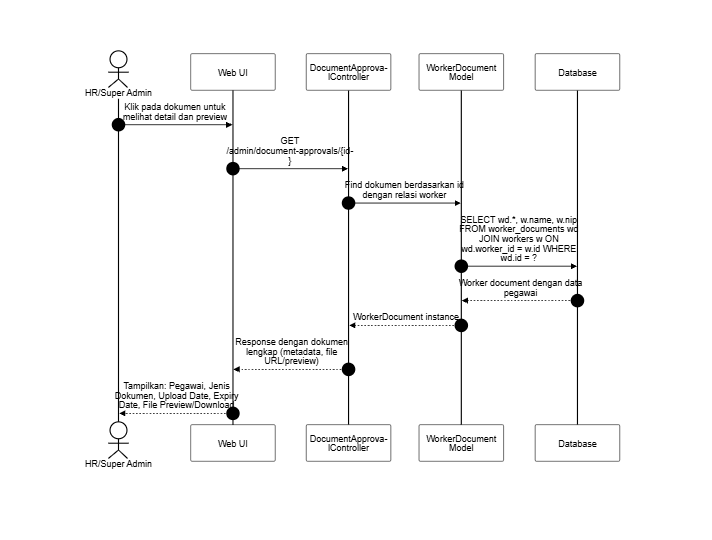
Above: docs/SequenceDiagram/PNG_Transparent/PengajuanDokumen-Lihat.png in SulaimanHafi23/SimpegRSHDI (Mermaid), before the change. Its source is kept beside it as docs/SequenceDiagram/PengajuanDokumen-Lihat.mermaid. The source it was exported from:
```mermaid
---
id: PersetujuanDokumen-LihatDetailDokumen
title: Persetujuan Dokumen - Lihat Detail Dokumen
---
%%{init: {"theme": "base", "themeVariables": {"background": "#dddddd", "primaryColor": "#ffffff", "primaryBorderColor": "#000000", "primaryTextColor": "#000000", "lineColor": "#000000", "textColor": "#000000", "actorBkg": "#ffffff", "actorBorder": "#000000", "actorTextColor": "#000000", "activationBkgColor": "#ffffff", "activationBorderColor": "#000000", "signalColor": "#000000", "signalTextColor": "#000000", "labelBoxBkgColor": "#ffffff", "labelBoxBorderColor": "#000000", "labelTextColor": "#000000", "sequenceNumberColor": "#000000", "noteBkgColor": "#ffffff", "noteBorderColor": "#000000", "noteTextColor": "#000000"}, "sequence": {"useMaxWidth": true, "wrap": true, "messageFontSize": 12, "noteFontSize": 12}}}%%
sequenceDiagram
    autonumber
    actor HR as HR/Super Admin
    participant UI as Web UI
    participant C as DocumentApprovalController
    participant D as WorkerDocument Model
    participant DB as Database

    HR->>UI: Klik pada dokumen untuk melihat detail dan preview
    UI->>C: GET /admin/document-approvals/{id}
    C->>D: Find dokumen berdasarkan id dengan relasi worker
    D->>DB: SELECT wd.*, w.name, w.nip FROM worker_documents wd JOIN workers w ON wd.worker_id = w.id WHERE wd.id = ?
    DB-->>D: Worker document dengan data pegawai
    D-->>C: WorkerDocument instance
    C-->>UI: Response dengan dokumen lengkap (metadata, file URL/preview)
    UI-->>HR: Tampilkan: Pegawai, Jenis Dokumen, Upload Date, Expiry Date, File Preview/Download
```
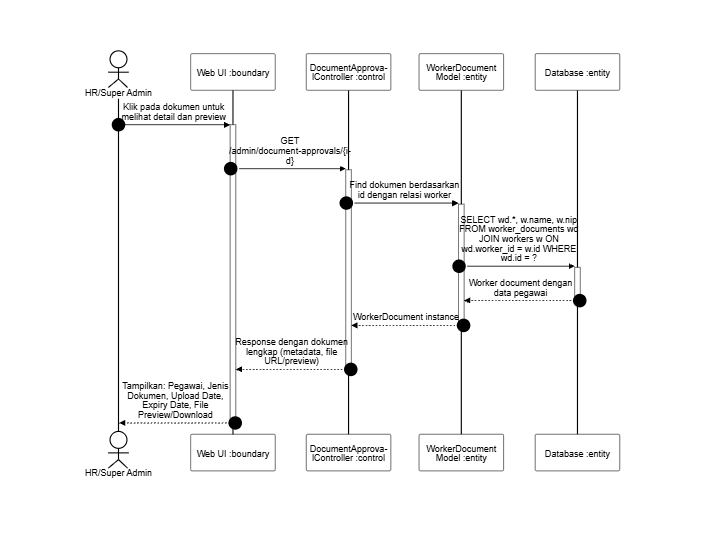
The same file after the commit.

Change to the diagram source:
```diff
@@ -6,16 +6,16 @@
 sequenceDiagram
     autonumber
     actor HR as HR/Super Admin
-    participant UI as Web UI
-    participant C as DocumentApprovalController
-    participant D as WorkerDocument Model
-    participant DB as Database
+    participant UI as Web UI :boundary
+    participant C as DocumentApprovalController :control
+    participant D as WorkerDocument Model :entity
+    participant DB as Database :entity
 
-    HR->>UI: Klik pada dokumen untuk melihat detail dan preview
-    UI->>C: GET /admin/document-approvals/{id}
-    C->>D: Find dokumen berdasarkan id dengan relasi worker
-    D->>DB: SELECT wd.*, w.name, w.nip FROM worker_documents wd JOIN workers w ON wd.worker_id = w.id WHERE wd.id = ?
-    DB-->>D: Worker document dengan data pegawai
-    D-->>C: WorkerDocument instance
-    C-->>UI: Response dengan dokumen lengkap (metadata, file URL/preview)
-    UI-->>HR: Tampilkan: Pegawai, Jenis Dokumen, Upload Date, Expiry Date, File Preview/Download
+    HR->>+UI: Klik pada dokumen untuk melihat detail dan preview
+    UI->>+C: GET /admin/document-approvals/{id}
+    C->>+D: Find dokumen berdasarkan id dengan relasi worker
+    D->>+DB: SELECT wd.*, w.name, w.nip FROM worker_documents wd JOIN workers w ON wd.worker_id = w.id WHERE wd.id = ?
+    DB-->>-D: Worker document dengan data pegawai
+    D-->>-C: WorkerDocument instance
+    C-->>-UI: Response dengan dokumen lengkap (metadata, file URL/preview)
+    UI-->>-HR: Tampilkan: Pegawai, Jenis Dokumen, Upload Date, Expiry Date, File Preview/Download
```
